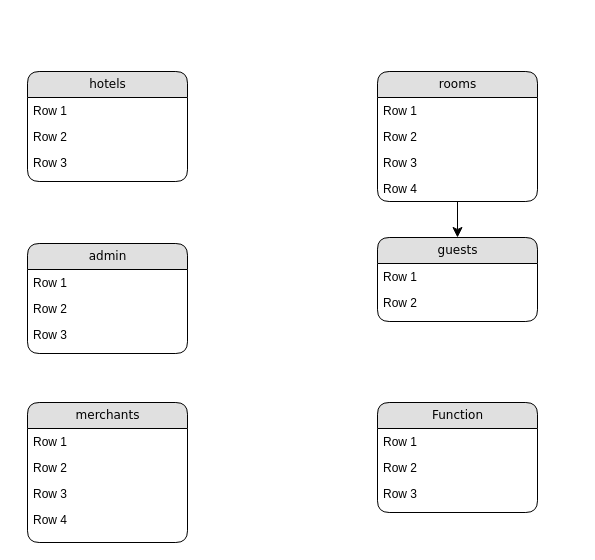
Earlier version of the draw.io diagram Untitled Diagram.drawio (CodeForGhost/hostel_booking). Source tidied: cells renumbered, new cells numbered last; positions are measured from the earlier drawing's top-left corner, leaving out a move shared by most shapes. Both pictures are drawn from the tidied source at 100%, with x=0, y=0 at pixel (27, 71).
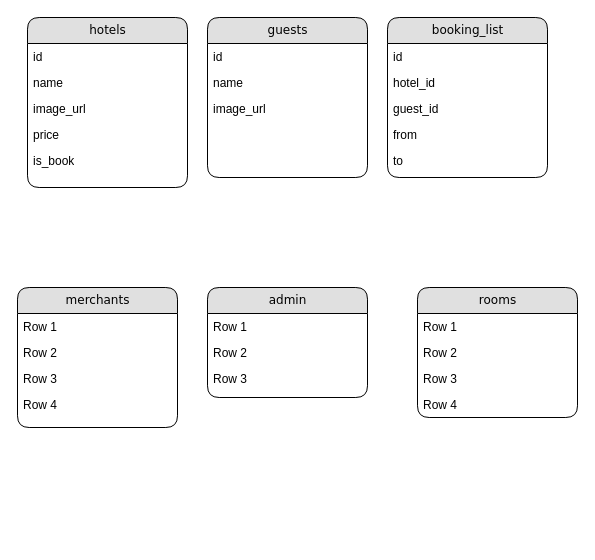
Above is the later version.

Diff of the diagram source:
```diff
@@
     <mxCell id="2" value="hotels" style="swimlane;html=1;fontStyle=0;horizontal=1;startSize=26;fillColor=#e0e0e0;swimlaneFillColor=#ffffff;align=center;rounded=1;shadow=0;comic=0;labelBackgroundColor=none;strokeWidth=1;fontFamily=Verdana;fontSize=12;" parent="1" vertex="1">
-      <mxGeometry width="160" height="110" as="geometry" />
+      <mxGeometry y="-54" width="160" height="170" as="geometry" />
     </mxCell>
-    <mxCell id="3" value="Row 1" style="text;html=1;strokeColor=none;fillColor=none;spacingLeft=4;spacingRight=4;whiteSpace=wrap;overflow=hidden;" parent="2" vertex="1">
+    <mxCell id="3" value="id" style="text;html=1;strokeColor=none;fillColor=none;spacingLeft=4;spacingRight=4;whiteSpace=wrap;overflow=hidden;" parent="2" vertex="1">
       <mxGeometry y="26" width="160" height="26" as="geometry" />
     </mxCell>
-    <mxCell id="4" value="Row 2" style="text;html=1;strokeColor=none;fillColor=none;spacingLeft=4;spacingRight=4;whiteSpace=wrap;overflow=hidden;" parent="2" vertex="1">
+    <mxCell id="4" value="name" style="text;html=1;strokeColor=none;fillColor=none;spacingLeft=4;spacingRight=4;whiteSpace=wrap;overflow=hidden;" parent="2" vertex="1">
       <mxGeometry y="52" width="160" height="26" as="geometry" />
     </mxCell>
-    <mxCell id="5" value="Row 3" style="text;html=1;strokeColor=none;fillColor=none;spacingLeft=4;spacingRight=4;whiteSpace=wrap;overflow=hidden;" parent="2" vertex="1">
+    <mxCell id="5" value="image_url" style="text;html=1;strokeColor=none;fillColor=none;spacingLeft=4;spacingRight=4;whiteSpace=wrap;overflow=hidden;" parent="2" vertex="1">
       <mxGeometry y="78" width="160" height="26" as="geometry" />
     </mxCell>
+    <mxCell id="28" value="price" style="text;html=1;strokeColor=none;fillColor=none;spacingLeft=4;spacingRight=4;whiteSpace=wrap;overflow=hidden;" parent="2" vertex="1">
+      <mxGeometry y="104" width="160" height="26" as="geometry" />
+    </mxCell>
+    <mxCell id="29" value="is_book" style="text;html=1;strokeColor=none;fillColor=none;spacingLeft=4;spacingRight=4;whiteSpace=wrap;overflow=hidden;" parent="2" vertex="1">
+      <mxGeometry y="130" width="160" height="26" as="geometry" />
+    </mxCell>
     <mxCell id="6" value="rooms" style="swimlane;html=1;fontStyle=0;horizontal=1;startSize=26;fillColor=#e0e0e0;swimlaneFillColor=#ffffff;align=center;rounded=1;shadow=0;comic=0;labelBackgroundColor=none;strokeWidth=1;fontFamily=Verdana;fontSize=12;" parent="1" vertex="1">
-      <mxGeometry x="350" width="160" height="130" as="geometry" />
+      <mxGeometry x="390" y="216" width="160" height="130" as="geometry" />
     </mxCell>
@@
     <mxCell id="11" value="admin" style="swimlane;html=1;fontStyle=0;horizontal=1;startSize=26;fillColor=#e0e0e0;swimlaneFillColor=#ffffff;align=center;rounded=1;shadow=0;comic=0;labelBackgroundColor=none;strokeWidth=1;fontFamily=Verdana;fontSize=12;" parent="1" vertex="1">
-      <mxGeometry y="172" width="160" height="110" as="geometry" />
+      <mxGeometry x="180" y="216" width="160" height="110" as="geometry" />
     </mxCell>
@@
     <mxCell id="15" value="merchants" style="swimlane;html=1;fontStyle=0;horizontal=1;startSize=26;fillColor=#e0e0e0;swimlaneFillColor=#ffffff;align=center;rounded=1;shadow=0;comic=0;labelBackgroundColor=none;strokeWidth=1;fontFamily=Verdana;fontSize=12;" parent="1" vertex="1">
-      <mxGeometry y="331" width="160" height="140" as="geometry" />
+      <mxGeometry x="-10" y="216" width="160" height="140" as="geometry" />
     </mxCell>
@@
     <mxCell id="20" value="guests" style="swimlane;html=1;fontStyle=0;horizontal=1;startSize=26;fillColor=#e0e0e0;swimlaneFillColor=#ffffff;align=center;rounded=1;shadow=0;comic=0;labelBackgroundColor=none;strokeWidth=1;fontFamily=Verdana;fontSize=12;" parent="1" vertex="1">
-      <mxGeometry x="350" y="166" width="160" height="84" as="geometry" />
+      <mxGeometry x="180" y="-54" width="160" height="160" as="geometry" />
     </mxCell>
-    <mxCell id="21" value="Row 1" style="text;html=1;strokeColor=none;fillColor=none;spacingLeft=4;spacingRight=4;whiteSpace=wrap;overflow=hidden;" parent="20" vertex="1">
+    <mxCell id="21" value="id" style="text;html=1;strokeColor=none;fillColor=none;spacingLeft=4;spacingRight=4;whiteSpace=wrap;overflow=hidden;" parent="20" vertex="1">
       <mxGeometry y="26" width="160" height="26" as="geometry" />
     </mxCell>
-    <mxCell id="22" value="Row 2" style="text;html=1;strokeColor=none;fillColor=none;spacingLeft=4;spacingRight=4;whiteSpace=wrap;overflow=hidden;" parent="20" vertex="1">
+    <mxCell id="22" value="name" style="text;html=1;strokeColor=none;fillColor=none;spacingLeft=4;spacingRight=4;whiteSpace=wrap;overflow=hidden;" parent="20" vertex="1">
       <mxGeometry y="52" width="160" height="26" as="geometry" />
     </mxCell>
+    <mxCell id="30" value="image_url" style="text;html=1;strokeColor=none;fillColor=none;spacingLeft=4;spacingRight=4;whiteSpace=wrap;overflow=hidden;" parent="20" vertex="1">
+      <mxGeometry y="78" width="160" height="26" as="geometry" />
+    </mxCell>
-    <mxCell id="23" value="Function" style="swimlane;html=1;fontStyle=0;horizontal=1;startSize=26;fillColor=#e0e0e0;swimlaneFillColor=#ffffff;align=center;rounded=1;shadow=0;comic=0;labelBackgroundColor=none;strokeWidth=1;fontFamily=Verdana;fontSize=12;" parent="1" vertex="1">
-      <mxGeometry x="350" y="331" width="160" height="110" as="geometry" />
+    <mxCell id="23" value="booking_list" style="swimlane;html=1;fontStyle=0;horizontal=1;startSize=26;fillColor=#e0e0e0;swimlaneFillColor=#ffffff;align=center;rounded=1;shadow=0;comic=0;labelBackgroundColor=none;strokeWidth=1;fontFamily=Verdana;fontSize=12;" parent="1" vertex="1">
+      <mxGeometry x="360" y="-54" width="160" height="160" as="geometry" />
     </mxCell>
-    <mxCell id="24" value="Row 1" style="text;html=1;strokeColor=none;fillColor=none;spacingLeft=4;spacingRight=4;whiteSpace=wrap;overflow=hidden;" parent="23" vertex="1">
+    <mxCell id="24" value="id" style="text;html=1;strokeColor=none;fillColor=none;spacingLeft=4;spacingRight=4;whiteSpace=wrap;overflow=hidden;" parent="23" vertex="1">
       <mxGeometry y="26" width="160" height="26" as="geometry" />
     </mxCell>
-    <mxCell id="25" value="Row 2" style="text;html=1;strokeColor=none;fillColor=none;spacingLeft=4;spacingRight=4;whiteSpace=wrap;overflow=hidden;" parent="23" vertex="1">
+    <mxCell id="25" value="hotel_id" style="text;html=1;strokeColor=none;fillColor=none;spacingLeft=4;spacingRight=4;whiteSpace=wrap;overflow=hidden;" parent="23" vertex="1">
       <mxGeometry y="52" width="160" height="26" as="geometry" />
     </mxCell>
-    <mxCell id="26" value="Row 3" style="text;html=1;strokeColor=none;fillColor=none;spacingLeft=4;spacingRight=4;whiteSpace=wrap;overflow=hidden;" parent="23" vertex="1">
+    <mxCell id="26" value="guest_id" style="text;html=1;strokeColor=none;fillColor=none;spacingLeft=4;spacingRight=4;whiteSpace=wrap;overflow=hidden;" parent="23" vertex="1">
       <mxGeometry y="78" width="160" height="26" as="geometry" />
     </mxCell>
-    <mxCell id="27" style="edgeStyle=orthogonalEdgeStyle;html=1;labelBackgroundColor=none;startFill=0;startSize=8;endFill=1;endSize=8;fontFamily=Verdana;fontSize=12;" parent="1" edge="1" source="6" target="20">
-      <mxGeometry relative="1" as="geometry" />
-    </mxCell>
+    <mxCell id="31" value="from" style="text;html=1;strokeColor=none;fillColor=none;spacingLeft=4;spacingRight=4;whiteSpace=wrap;overflow=hidden;" parent="23" vertex="1">
+      <mxGeometry y="104" width="160" height="26" as="geometry" />
+    </mxCell>
+    <mxCell id="32" value="to" style="text;html=1;strokeColor=none;fillColor=none;spacingLeft=4;spacingRight=4;whiteSpace=wrap;overflow=hidden;" parent="23" vertex="1">
+      <mxGeometry y="130" width="160" height="26" as="geometry" />
+    </mxCell>
```
